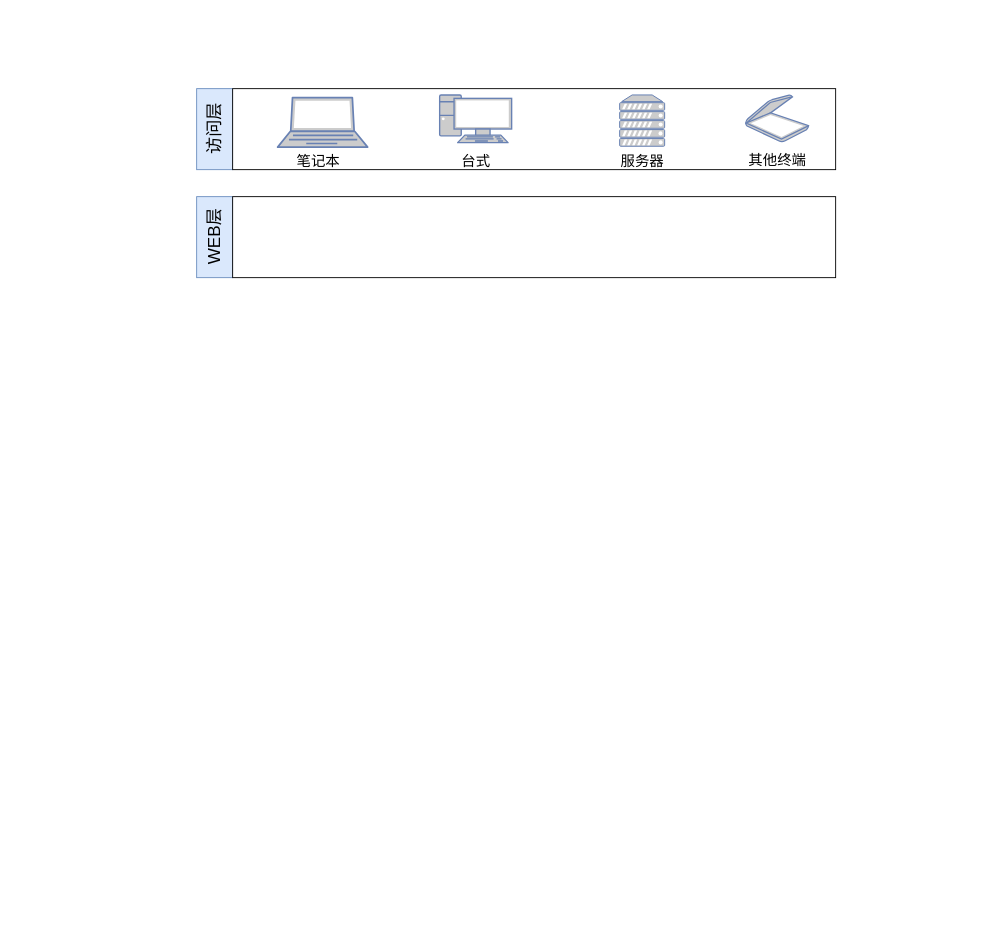
The draw.io diagram testDirectory/系统框架.drawio in Moose1273/-, before the edit. Source tidied: cells renumbered, new cells numbered last; positions are measured from the earlier drawing's top-left corner, leaving out a move shared by most shapes. Both pictures are drawn from the tidied source at 90%, with x=0, y=0 at pixel (174, 88).
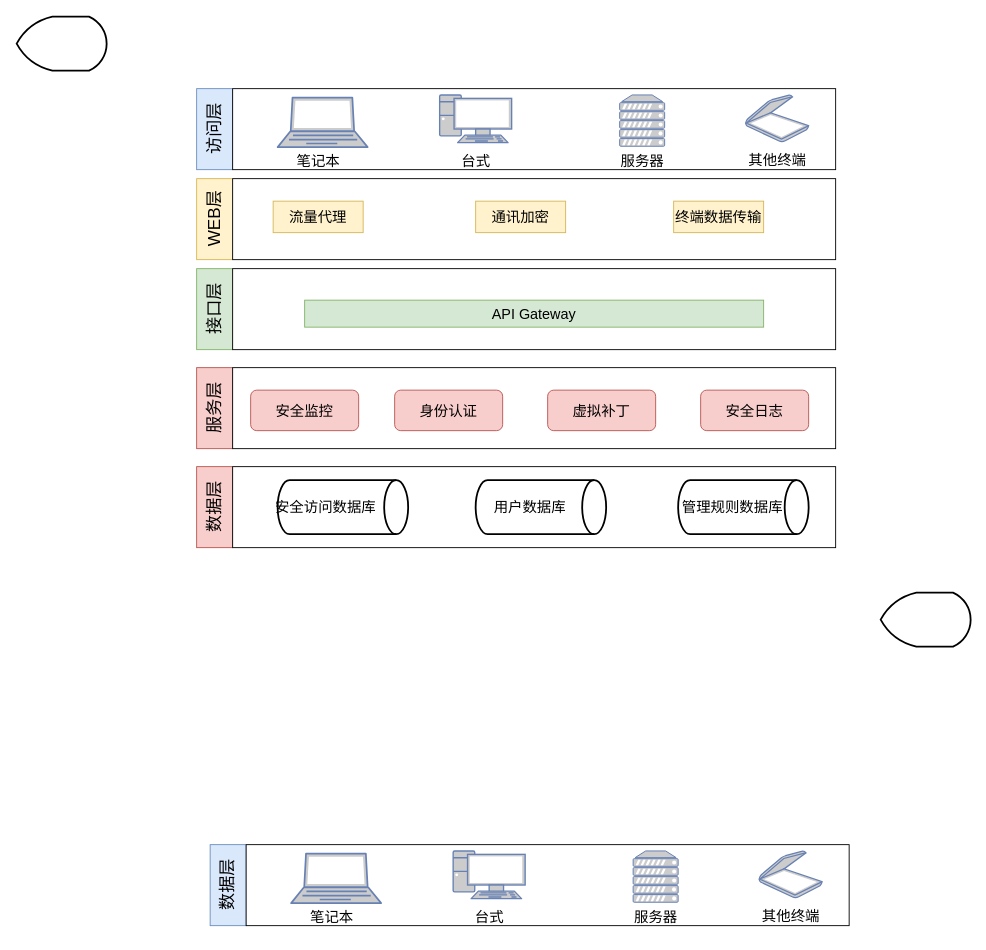
After the change.

Commit message (it also covers changes not shown here):
更新系统框架.drawio

Change to the diagram source:
```diff
@@
-    <mxCell id="13" style="rounded=0;whiteSpace=wrap;html=1;fillColor=#dae8fc;strokeColor=#6c8ebf;" parent="1" vertex="1">
-      <mxGeometry x="25" y="120" width="40" height="90" as="geometry" />
+    <mxCell id="13" style="rounded=0;whiteSpace=wrap;html=1;fillColor=#fff2cc;strokeColor=#d6b656;" parent="1" vertex="1">
+      <mxGeometry x="25" y="100" width="40" height="90" as="geometry" />
     </mxCell>
     <mxCell id="14" style="rounded=0;whiteSpace=wrap;html=1;" parent="1" vertex="1">
-      <mxGeometry x="65" y="120" width="670" height="90" as="geometry" />
+      <mxGeometry x="65" y="100" width="670" height="90" as="geometry" />
     </mxCell>
     <mxCell id="15" value="&lt;font style=&quot;font-size: 19px;&quot;&gt;WEB层&lt;/font&gt;" style="text;html=1;align=center;verticalAlign=middle;strokeColor=none;fillColor=none;rotation=-90;" parent="1" vertex="1">
-      <mxGeometry y="145" width="90" height="40" as="geometry" />
+      <mxGeometry y="125" width="90" height="40" as="geometry" />
     </mxCell>
+    <mxCell id="16" style="rounded=0;whiteSpace=wrap;html=1;fillColor=#d5e8d4;strokeColor=#82b366;" parent="1" vertex="1">
+      <mxGeometry x="25" y="200" width="40" height="90" as="geometry" />
+    </mxCell>
+    <mxCell id="17" style="rounded=0;whiteSpace=wrap;html=1;" parent="1" vertex="1">
+      <mxGeometry x="65" y="200" width="670" height="90" as="geometry" />
+    </mxCell>
+    <mxCell id="18" value="&lt;font style=&quot;font-size: 19px;&quot;&gt;接口层&lt;/font&gt;" style="text;html=1;align=center;verticalAlign=middle;strokeColor=none;fillColor=none;rotation=-90;" parent="1" vertex="1">
+      <mxGeometry x="5" y="225" width="80" height="40" as="geometry" />
+    </mxCell>
+    <mxCell id="19" style="rounded=0;whiteSpace=wrap;html=1;fillColor=#f8cecc;strokeColor=#b85450;" parent="1" vertex="1">
+      <mxGeometry x="25" y="310" width="40" height="90" as="geometry" />
+    </mxCell>
+    <mxCell id="20" style="rounded=0;whiteSpace=wrap;html=1;" parent="1" vertex="1">
+      <mxGeometry x="65" y="310" width="670" height="90" as="geometry" />
+    </mxCell>
+    <mxCell id="21" value="&lt;font style=&quot;font-size: 19px;&quot;&gt;服务层&lt;/font&gt;" style="text;html=1;align=center;verticalAlign=middle;strokeColor=none;fillColor=none;rotation=-90;" parent="1" vertex="1">
+      <mxGeometry x="5" y="335" width="80" height="40" as="geometry" />
+    </mxCell>
+    <mxCell id="22" style="rounded=0;whiteSpace=wrap;html=1;fillColor=#dae8fc;strokeColor=#6c8ebf;" parent="1" vertex="1">
+      <mxGeometry x="40" y="840" width="40" height="90" as="geometry" />
+    </mxCell>
+    <mxCell id="23" style="rounded=0;whiteSpace=wrap;html=1;" parent="1" vertex="1">
+      <mxGeometry x="80" y="840" width="670" height="90" as="geometry" />
+    </mxCell>
+    <mxCell id="24" value="&lt;span style=&quot;font-size: 19px;&quot;&gt;数据层&lt;/span&gt;" style="text;html=1;align=center;verticalAlign=middle;strokeColor=none;fillColor=none;rotation=-90;" parent="1" vertex="1">
+      <mxGeometry x="20" y="865" width="80" height="40" as="geometry" />
+    </mxCell>
+    <mxCell id="25" style="fontColor=#0066CC;verticalAlign=top;verticalLabelPosition=bottom;labelPosition=center;align=center;html=1;fillColor=#CCCCCC;strokeColor=#6881B3;gradientColor=none;gradientDirection=north;strokeWidth=2;shape=mxgraph.networks.laptop;fontSize=19;" parent="1" vertex="1">
+      <mxGeometry x="130" y="850" width="100" height="55" as="geometry" />
+    </mxCell>
+    <mxCell id="26" value="&lt;font style=&quot;font-size: 16px;&quot;&gt;笔记本&lt;/font&gt;" style="text;html=1;align=center;verticalAlign=middle;strokeColor=none;fillColor=none;fontSize=19;" parent="1" vertex="1">
+      <mxGeometry x="140" y="900" width="70" height="40" as="geometry" />
+    </mxCell>
+    <mxCell id="27" style="fontColor=#0066CC;verticalAlign=top;verticalLabelPosition=bottom;labelPosition=center;align=center;html=1;fillColor=#CCCCCC;strokeColor=#6881B3;gradientColor=none;gradientDirection=north;strokeWidth=2;shape=mxgraph.networks.pc;fontSize=16;" parent="1" vertex="1">
+      <mxGeometry x="310" y="847" width="80" height="53" as="geometry" />
+    </mxCell>
+    <mxCell id="28" value="&lt;font style=&quot;font-size: 16px;&quot;&gt;台式&lt;/font&gt;" style="text;html=1;align=center;verticalAlign=middle;strokeColor=none;fillColor=none;fontSize=19;" parent="1" vertex="1">
+      <mxGeometry x="320" y="900" width="60" height="40" as="geometry" />
+    </mxCell>
+    <mxCell id="29" style="fontColor=#0066CC;verticalAlign=top;verticalLabelPosition=bottom;labelPosition=center;align=center;html=1;fillColor=#CCCCCC;strokeColor=#6881B3;gradientColor=none;gradientDirection=north;strokeWidth=2;shape=mxgraph.networks.server;fontSize=16;" parent="1" vertex="1">
+      <mxGeometry x="510" y="847" width="50" height="57" as="geometry" />
+    </mxCell>
+    <mxCell id="30" value="&lt;font style=&quot;font-size: 16px;&quot;&gt;服务器&lt;/font&gt;" style="text;html=1;align=center;verticalAlign=middle;strokeColor=none;fillColor=none;fontSize=19;" parent="1" vertex="1">
+      <mxGeometry x="500" y="900" width="70" height="40" as="geometry" />
+    </mxCell>
+    <mxCell id="31" style="fontColor=#0066CC;verticalAlign=top;verticalLabelPosition=bottom;labelPosition=center;align=center;html=1;fillColor=#CCCCCC;strokeColor=#6881B3;gradientColor=none;gradientDirection=north;strokeWidth=2;shape=mxgraph.networks.scanner;fontSize=16;" parent="1" vertex="1">
+      <mxGeometry x="650" y="847" width="70" height="52" as="geometry" />
+    </mxCell>
+    <mxCell id="32" value="&lt;font style=&quot;font-size: 16px;&quot;&gt;其他终端&lt;/font&gt;" style="text;html=1;align=center;verticalAlign=middle;strokeColor=none;fillColor=none;fontSize=19;" parent="1" vertex="1">
+      <mxGeometry x="640" y="899" width="90" height="40" as="geometry" />
+    </mxCell>
+    <mxCell id="33" value="流量代理" style="rounded=0;whiteSpace=wrap;html=1;fontSize=16;fillColor=#fff2cc;strokeColor=#d6b656;" parent="1" vertex="1">
+      <mxGeometry x="110" y="125" width="100" height="35" as="geometry" />
+    </mxCell>
+    <mxCell id="34" value="通讯加密" style="rounded=0;whiteSpace=wrap;html=1;fontSize=16;fillColor=#fff2cc;strokeColor=#d6b656;" parent="1" vertex="1">
+      <mxGeometry x="335" y="125" width="100" height="35" as="geometry" />
+    </mxCell>
+    <mxCell id="35" value="终端数据传输" style="rounded=0;whiteSpace=wrap;html=1;fontSize=16;fillColor=#fff2cc;strokeColor=#d6b656;" parent="1" vertex="1">
+      <mxGeometry x="555" y="125" width="100" height="35" as="geometry" />
+    </mxCell>
+    <mxCell id="36" value="API Gateway" style="rounded=0;whiteSpace=wrap;html=1;fontSize=16;fillColor=#d5e8d4;strokeColor=#82b366;" parent="1" vertex="1">
+      <mxGeometry x="145" y="235" width="510" height="30" as="geometry" />
+    </mxCell>
+    <mxCell id="37" value="安全监控" style="rounded=1;whiteSpace=wrap;html=1;fontSize=16;fillColor=#f8cecc;strokeColor=#b85450;" parent="1" vertex="1">
+      <mxGeometry x="85" y="335" width="120" height="45" as="geometry" />
+    </mxCell>
+    <mxCell id="38" value="身份认证" style="rounded=1;whiteSpace=wrap;html=1;fontSize=16;fillColor=#f8cecc;strokeColor=#b85450;" parent="1" vertex="1">
+      <mxGeometry x="245" y="335" width="120" height="45" as="geometry" />
+    </mxCell>
+    <mxCell id="39" value="虚拟补丁" style="rounded=1;whiteSpace=wrap;html=1;fontSize=16;fillColor=#f8cecc;strokeColor=#b85450;" parent="1" vertex="1">
+      <mxGeometry x="415" y="335" width="120" height="45" as="geometry" />
+    </mxCell>
+    <mxCell id="40" value="安全日志" style="rounded=1;whiteSpace=wrap;html=1;fontSize=16;fillColor=#f8cecc;strokeColor=#b85450;" parent="1" vertex="1">
+      <mxGeometry x="585" y="335" width="120" height="45" as="geometry" />
+    </mxCell>
+    <mxCell id="41" style="rounded=0;whiteSpace=wrap;html=1;fillColor=#f8cecc;strokeColor=#b85450;" parent="1" vertex="1">
+      <mxGeometry x="25" y="420" width="40" height="90" as="geometry" />
+    </mxCell>
+    <mxCell id="42" style="rounded=0;whiteSpace=wrap;html=1;" parent="1" vertex="1">
+      <mxGeometry x="65" y="420" width="670" height="90" as="geometry" />
+    </mxCell>
+    <mxCell id="43" value="&lt;font style=&quot;font-size: 19px;&quot;&gt;数据层&lt;/font&gt;" style="text;html=1;align=center;verticalAlign=middle;strokeColor=none;fillColor=none;rotation=-90;" parent="1" vertex="1">
+      <mxGeometry x="5" y="445" width="80" height="40" as="geometry" />
+    </mxCell>
+    <mxCell id="44" style="strokeWidth=2;html=1;shape=mxgraph.flowchart.direct_data;whiteSpace=wrap;fontSize=16;" parent="1" vertex="1">
+      <mxGeometry x="115" y="435" width="145" height="60" as="geometry" />
+    </mxCell>
+    <mxCell id="45" value="&lt;span style=&quot;&quot;&gt;安全访问数据库&lt;/span&gt;" style="text;html=1;align=center;verticalAlign=middle;strokeColor=none;fillColor=none;fontSize=16;" parent="1" vertex="1">
+      <mxGeometry x="97.5" y="450" width="140" height="30" as="geometry" />
+    </mxCell>
+    <mxCell id="46" style="strokeWidth=2;html=1;shape=mxgraph.flowchart.direct_data;whiteSpace=wrap;fontSize=16;" parent="1" vertex="1">
+      <mxGeometry x="560" y="435" width="145" height="60" as="geometry" />
+    </mxCell>
+    <mxCell id="47" value="管理规则数据库" style="text;html=1;align=center;verticalAlign=middle;strokeColor=none;fillColor=none;fontSize=16;" parent="1" vertex="1">
+      <mxGeometry x="550" y="450" width="140" height="30" as="geometry" />
+    </mxCell>
+    <mxCell id="48" style="strokeWidth=2;html=1;shape=mxgraph.flowchart.direct_data;whiteSpace=wrap;fontSize=16;" parent="1" vertex="1">
+      <mxGeometry x="335" y="435" width="145" height="60" as="geometry" />
+    </mxCell>
+    <mxCell id="49" value="&lt;span style=&quot;&quot;&gt;用户数据库&lt;/span&gt;" style="text;html=1;align=center;verticalAlign=middle;strokeColor=none;fillColor=none;fontSize=16;" parent="1" vertex="1">
+      <mxGeometry x="345" y="450" width="100" height="30" as="geometry" />
+    </mxCell>
+    <mxCell id="50" style="strokeWidth=2;html=1;shape=mxgraph.flowchart.display;whiteSpace=wrap;fontSize=16;" parent="1" vertex="1">
+      <mxGeometry x="-175" y="-80" width="100" height="60" as="geometry" />
+    </mxCell>
+    <mxCell id="51" style="strokeWidth=2;html=1;shape=mxgraph.flowchart.display;whiteSpace=wrap;fontSize=16;" parent="1" vertex="1">
+      <mxGeometry x="785" y="560" width="100" height="60" as="geometry" />
+    </mxCell>
```
